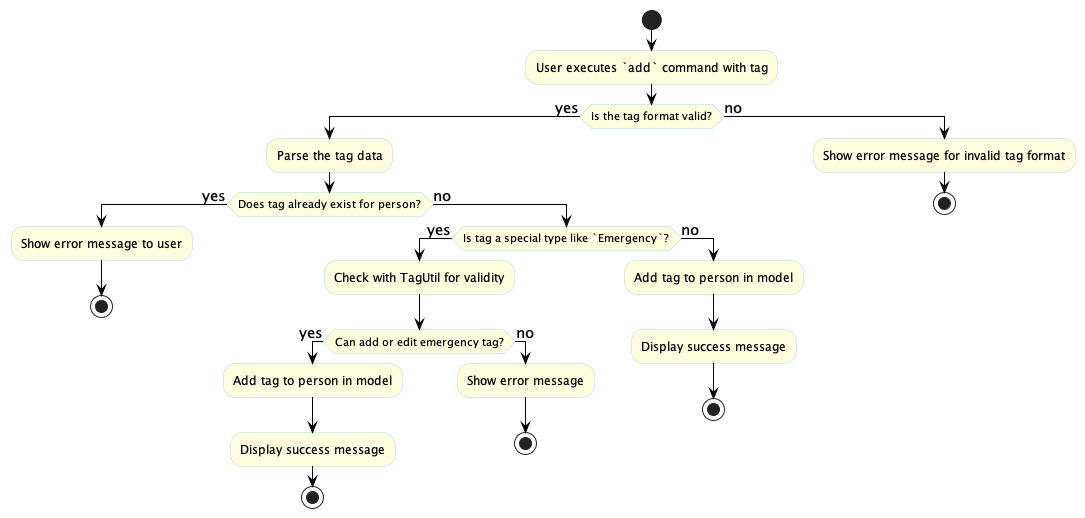
Before: docs/images/TagActivityDiagram.png, a diagram exported from PlantUML (tanteckfang/tp). Source of this version:
```plantuml
@startuml
skinparam activityBackgroundColor LightYellow
skinparam activityBorderColor LightBlue
skinparam activityArrowColor Black
skinparam activityArrowFontSize 15

start

:User executes `add` command with tag;

if (Is the tag format valid?) then (yes)
    :Parse the tag data;
    if (Does tag already exist for person?) then (yes)
        :Show error message to user;
        stop
    else (no)
        if (Is tag a special type like `Emergency`?) then (yes)
            :Check with TagUtil for validity;
            if (Can add or edit emergency tag?) then (yes)
                :Add tag to person in model;
                :Display success message;
                stop
            else (no)
                :Show error message;
                stop
            endif
        else (no)
            :Add tag to person in model;
            :Display success message;
            stop
        endif
    endif
else (no)
    :Show error message for invalid tag format;
    stop
endif

@enduml
```
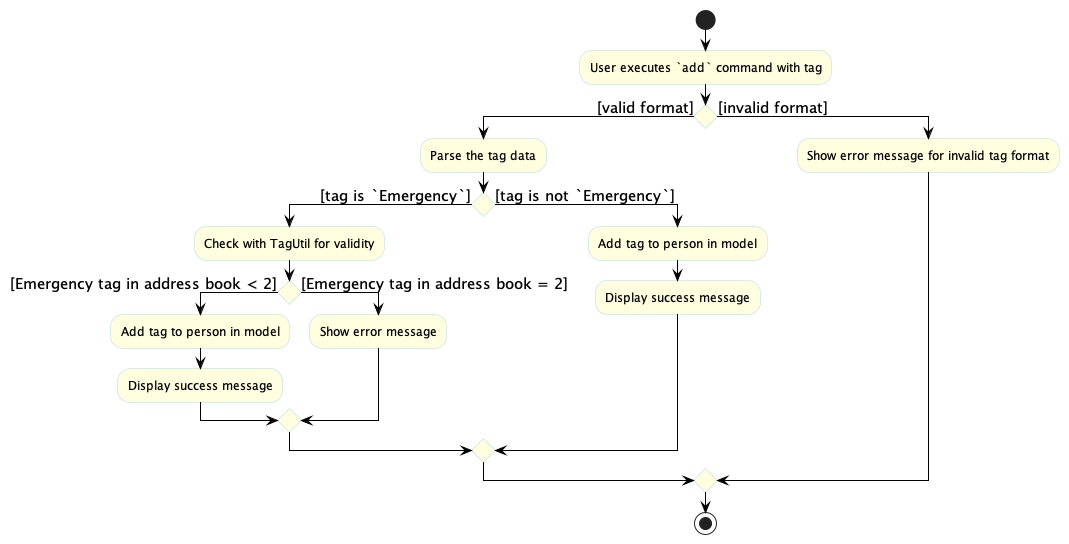
Later version of the same file.

Commit message:
corrected the activity diagram for tag

What changed in the source:
```diff
@@ -8,31 +8,24 @@
 
 :User executes `add` command with tag;
 
-if (Is the tag format valid?) then (yes)
+if () then ([valid format])
     :Parse the tag data;
-    if (Does tag already exist for person?) then (yes)
-        :Show error message to user;
-        stop
-    else (no)
-        if (Is tag a special type like `Emergency`?) then (yes)
-            :Check with TagUtil for validity;
-            if (Can add or edit emergency tag?) then (yes)
-                :Add tag to person in model;
-                :Display success message;
-                stop
-            else (no)
-                :Show error message;
-                stop
-            endif
-        else (no)
+    if () then ([tag is `Emergency`])
+        :Check with TagUtil for validity;
+        if () then ([Emergency tag in address book < 2])
             :Add tag to person in model;
             :Display success message;
-            stop
+        else ([Emergency tag in address book = 2])
+            :Show error message;
         endif
+    else ([tag is not `Emergency`])
+        :Add tag to person in model;
+        :Display success message;
     endif
-else (no)
+else ([invalid format])
     :Show error message for invalid tag format;
-    stop
 endif
 
+stop
+
 @enduml
```
